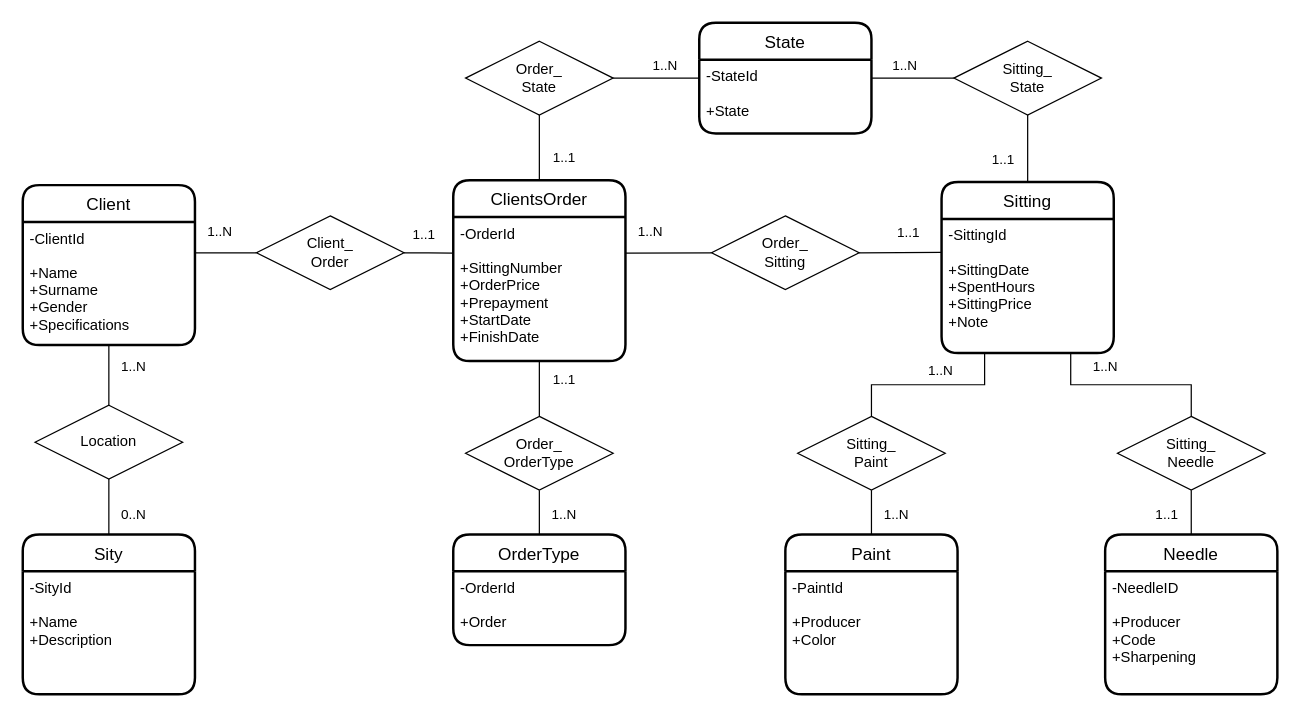
The draw.io diagram src/main/resources/database/EntityRelationship/MaxTattooER.drawio in Anathan24/MaxTattoo, before the edit. Source tidied: cells renumbered, new cells numbered last; positions are measured from the earlier drawing's top-left corner, leaving out a move shared by most shapes. Both pictures are drawn from the tidied source at 123%, with x=0, y=0 at pixel (22, 22).
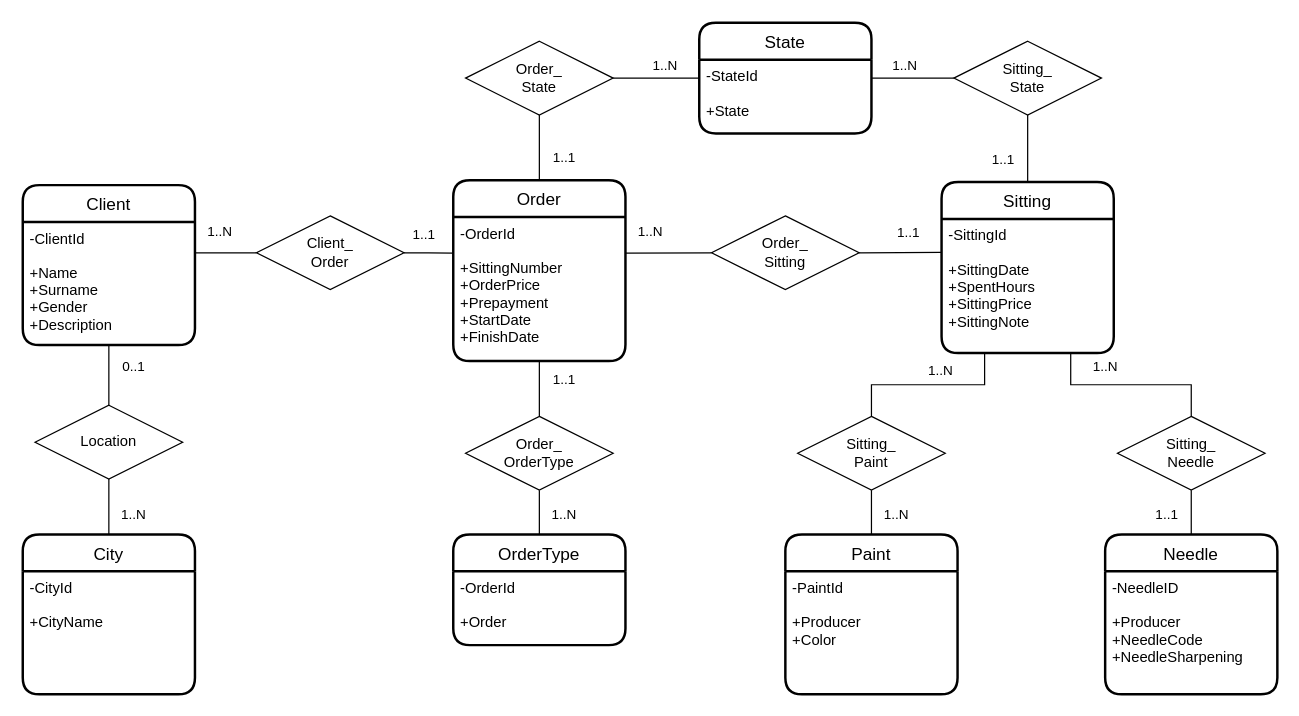
Above is the later version.

Unchanged cells that the change refers to:
```xml
<mxCell id="4" value="Client" style="swimlane;horizontal=1;startSize=30;rounded=1;fontSize=14;fontStyle=0;strokeWidth=2;shadow=0;dashed=0;align=center;" parent="1" vertex="1">
  <mxGeometry y="132" width="140" height="130" as="geometry" />
</mxCell>
<mxCell id="6" value="Sitting" style="swimlane;horizontal=1;startSize=30;rounded=1;fontSize=14;fontStyle=0;strokeWidth=2;shadow=0;dashed=0;align=center;" parent="1" vertex="1">
  <mxGeometry x="747" y="129.5" width="140" height="139" as="geometry" />
</mxCell>
<mxCell id="16" value="Location" style="shape=rhombus;perimeter=rhombusPerimeter;whiteSpace=wrap;html=1;align=center;" parent="1" vertex="1">
  <mxGeometry x="10" y="311" width="120" height="60" as="geometry" />
</mxCell>
<mxCell id="21" value="Needle" style="swimlane;horizontal=1;startSize=30;rounded=1;fontSize=14;fontStyle=0;strokeWidth=2;shadow=0;dashed=0;align=center;" parent="1" vertex="1">
  <mxGeometry x="880" y="416" width="140" height="130" as="geometry" />
</mxCell>
```

Change to the diagram source:
```diff
@@
-    <mxCell id="5" value="-ClientId&#10;&#10;+Name&#10;+Surname&#10;+Gender&#10;+Specifications" style="align=left;strokeColor=none;fillColor=none;spacingLeft=4;fontSize=12;verticalAlign=top;" parent="4" vertex="1">
+    <mxCell id="5" value="-ClientId&#10;&#10;+Name&#10;+Surname&#10;+Gender&#10;+Description" style="align=left;strokeColor=none;fillColor=none;spacingLeft=4;fontSize=12;verticalAlign=top;" parent="4" vertex="1">
       <mxGeometry y="30" width="140" height="100" as="geometry" />
     </mxCell>
@@
-    <mxCell id="7" value="-SittingId&#10;&#10;+SittingDate&#10;+SpentHours&#10;+SittingPrice&#10;+Note" style="align=left;strokeColor=none;fillColor=none;spacingLeft=4;fontSize=12;verticalAlign=top;" parent="6" vertex="1">
+    <mxCell id="7" value="-SittingId&#10;&#10;+SittingDate&#10;+SpentHours&#10;+SittingPrice&#10;+SittingNote" style="align=left;strokeColor=none;fillColor=none;spacingLeft=4;fontSize=12;verticalAlign=top;" parent="6" vertex="1">
       <mxGeometry y="30" width="140" height="109" as="geometry" />
     </mxCell>
-    <mxCell id="8" value="ClientsOrder" style="swimlane;horizontal=1;startSize=30;rounded=1;fontSize=14;fontStyle=0;strokeWidth=2;shadow=0;dashed=0;align=center;" parent="1" vertex="1">
+    <mxCell id="8" value="Order" style="swimlane;horizontal=1;startSize=30;rounded=1;fontSize=14;fontStyle=0;strokeWidth=2;shadow=0;dashed=0;align=center;" parent="1" vertex="1">
       <mxGeometry x="350" y="128" width="140" height="147" as="geometry" />
     </mxCell>
@@
-    <mxCell id="14" value="Sity" style="swimlane;horizontal=1;startSize=30;rounded=1;fontSize=14;fontStyle=0;strokeWidth=2;shadow=0;dashed=0;align=center;" parent="1" vertex="1">
+    <mxCell id="14" value="City" style="swimlane;horizontal=1;startSize=30;rounded=1;fontSize=14;fontStyle=0;strokeWidth=2;shadow=0;dashed=0;align=center;" parent="1" vertex="1">
       <mxGeometry y="416" width="140" height="130" as="geometry" />
     </mxCell>
-    <mxCell id="15" value="-SityId&#10;&#10;+Name&#10;+Description" style="align=left;strokeColor=none;fillColor=none;spacingLeft=4;fontSize=12;verticalAlign=top;" parent="14" vertex="1">
+    <mxCell id="15" value="-CityId&#10;&#10;+CityName" style="align=left;strokeColor=none;fillColor=none;spacingLeft=4;fontSize=12;verticalAlign=top;" parent="14" vertex="1">
       <mxGeometry y="30" width="140" height="100" as="geometry" />
     </mxCell>
@@
-    <mxCell id="17" value="1..N" style="endArrow=none;html=1;rounded=0;exitX=0.5;exitY=1;exitDx=0;exitDy=0;" parent="1" edge="1" source="5" target="16">
+    <mxCell id="17" value="0..1" style="endArrow=none;html=1;rounded=0;exitX=0.5;exitY=1;exitDx=0;exitDy=0;" parent="1" edge="1" source="5" target="16">
       <mxGeometry x="-0.27" y="20" relative="1" as="geometry" />
     </mxCell>
-    <mxCell id="18" value="0..N" style="endArrow=none;html=1;rounded=0;entryX=0.5;entryY=1;entryDx=0;entryDy=0;exitX=0.5;exitY=0;exitDx=0;exitDy=0;" parent="1" edge="1" source="14" target="16">
+    <mxCell id="18" value="1..N" style="endArrow=none;html=1;rounded=0;entryX=0.5;entryY=1;entryDx=0;entryDy=0;exitX=0.5;exitY=0;exitDx=0;exitDy=0;" parent="1" edge="1" source="14" target="16">
       <mxGeometry x="-0.29" y="-20" relative="1" as="geometry" />
     </mxCell>
@@
-    <mxCell id="22" value="-NeedleID&#10;&#10;+Producer&#10;+Code&#10;+Sharpening" style="align=left;strokeColor=none;fillColor=none;spacingLeft=4;fontSize=12;verticalAlign=top;" parent="21" vertex="1">
+    <mxCell id="22" value="-NeedleID&#10;&#10;+Producer&#10;+NeedleCode&#10;+NeedleSharpening" style="align=left;strokeColor=none;fillColor=none;spacingLeft=4;fontSize=12;verticalAlign=top;" parent="21" vertex="1">
       <mxGeometry y="30" width="140" height="100" as="geometry" />
     </mxCell>
```
